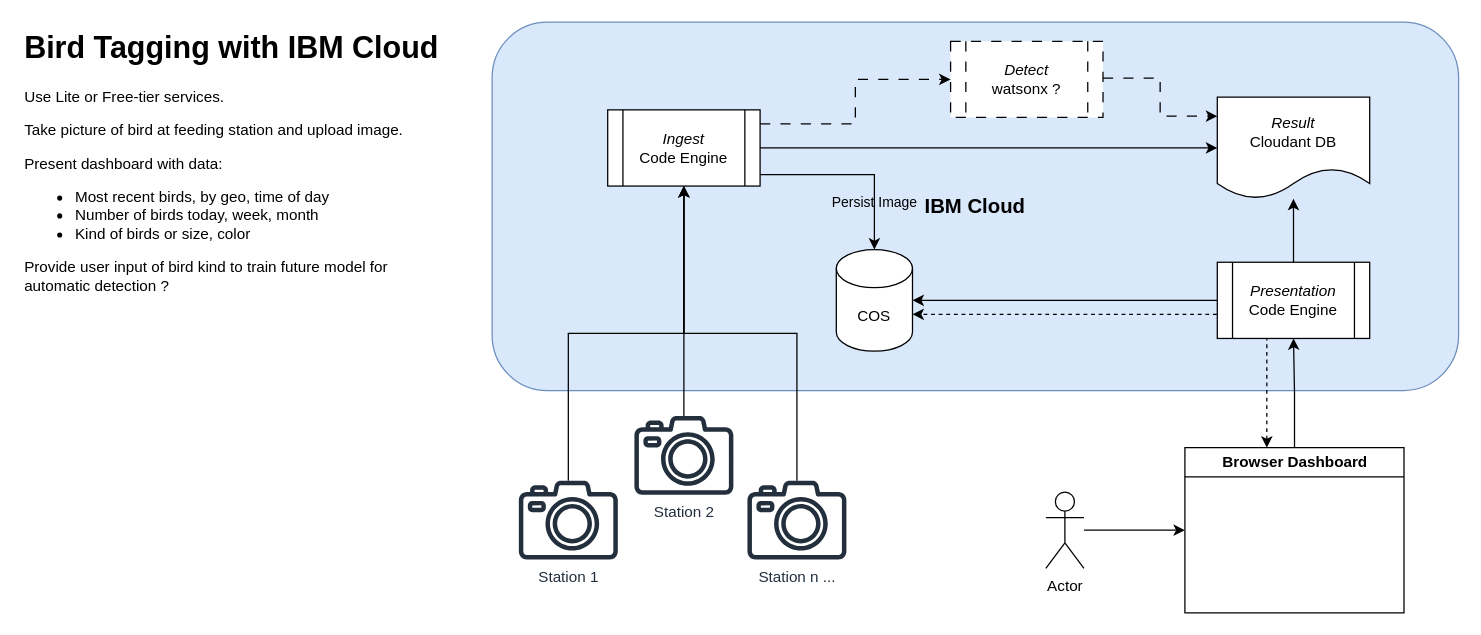
The draw.io diagram doc/architecture.drawio in mnellemann/birdtag, before the edit. Source tidied: cells renumbered, new cells numbered last; positions are measured from the earlier drawing's top-left corner, leaving out a move shared by most shapes. Both pictures are drawn from the tidied source at 127%, with x=0, y=0 at pixel (22, 22).
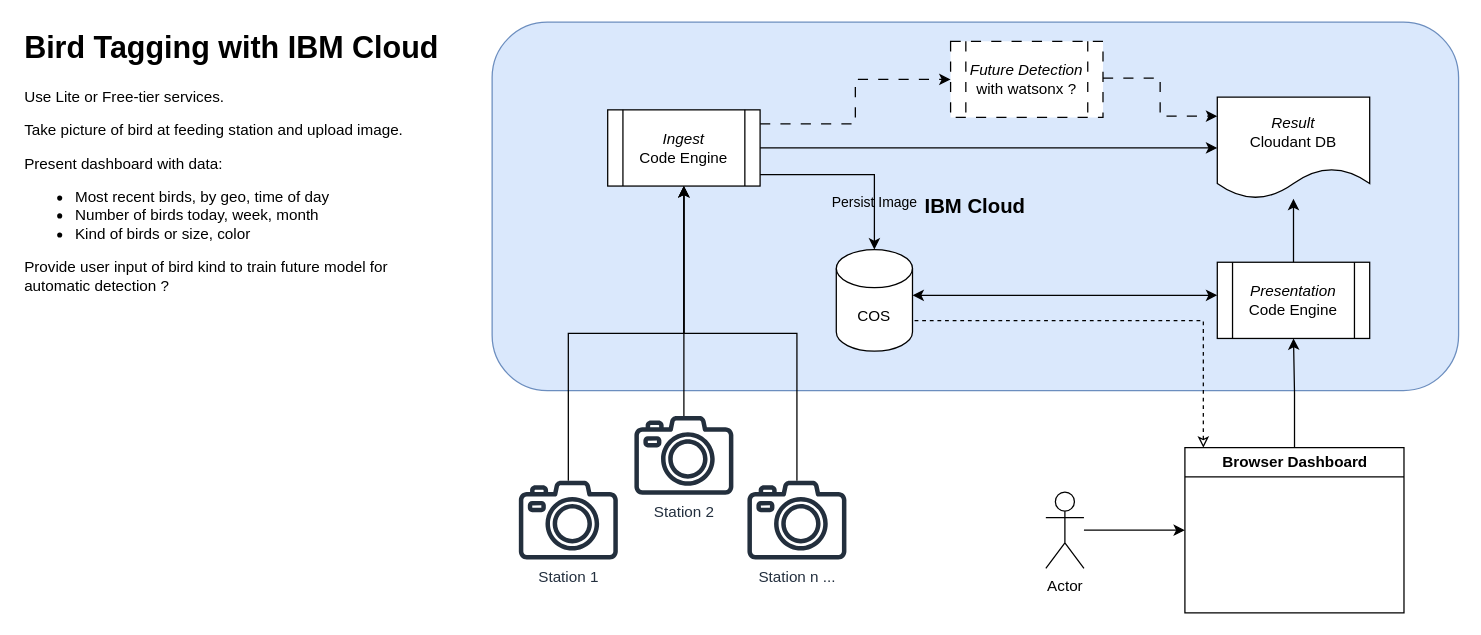
The same diagram, later.

Unchanged cells that the change refers to:
```xml
<mxCell id="7" value="COS" style="shape=cylinder3;whiteSpace=wrap;html=1;boundedLbl=1;backgroundOutline=1;size=15;" parent="1" vertex="1">
  <mxGeometry x="641" y="179" width="60" height="80" as="geometry" />
</mxCell>
<mxCell id="18" value="Browser Dashboard" style="swimlane;whiteSpace=wrap;html=1;" parent="1" vertex="1">
  <mxGeometry x="915.5" y="335" width="172.5" height="130" as="geometry" />
</mxCell>
<mxCell id="21" value="&lt;i&gt;Presentation&lt;/i&gt;&lt;div&gt;Code Engine&lt;/div&gt;" style="shape=process;whiteSpace=wrap;html=1;backgroundOutline=1;" parent="1" vertex="1">
  <mxGeometry x="941" y="189" width="120" height="60" as="geometry" />
</mxCell>
```

Change to the diagram source:
```diff
@@
-    <mxCell id="6" value="&lt;i&gt;Detect&lt;/i&gt;&lt;div&gt;watsonx ?&lt;/div&gt;" style="shape=process;whiteSpace=wrap;html=1;backgroundOutline=1;dashed=1;dashPattern=8 8;" parent="1" vertex="1">
+    <mxCell id="6" value="&lt;i&gt;Future Detection&lt;/i&gt;&lt;div&gt;with watsonx ?&lt;/div&gt;" style="shape=process;whiteSpace=wrap;html=1;backgroundOutline=1;dashed=1;dashPattern=8 8;" parent="1" vertex="1">
       <mxGeometry x="731" y="15" width="120" height="60" as="geometry" />
     </mxCell>
@@
-    <mxCell id="17" style="edgeStyle=orthogonalEdgeStyle;rounded=0;jettySize=auto;html=1;dashed=1;startArrow=classic;startFill=1;" parent="1" edge="1" source="18" target="7">
+    <mxCell id="17" style="edgeStyle=orthogonalEdgeStyle;rounded=0;jettySize=auto;html=1;dashed=1;startArrow=classic;startFill=0;endArrow=none;" parent="1" edge="1" source="18">
       <mxGeometry relative="1" as="geometry">
+        <mxPoint x="701" y="235" as="targetPoint" />
         <Array as="points">
-          <mxPoint x="980" y="230" />
-          <mxPoint x="671" y="230" />
+          <mxPoint x="930" y="235" />
         </Array>
       </mxGeometry>
     </mxCell>
@@
-    <mxCell id="20" style="edgeStyle=orthogonalEdgeStyle;rounded=0;jettySize=auto;html=1;" parent="1" edge="1" source="21" target="7">
-      <mxGeometry relative="1" as="geometry" />
+    <mxCell id="20" style="edgeStyle=orthogonalEdgeStyle;rounded=0;orthogonalLoop=1;jettySize=auto;html=1;startArrow=classic;startFill=1;" parent="1" edge="1">
+      <mxGeometry relative="1" as="geometry">
+        <mxPoint x="941" y="215" as="sourcePoint" />
+        <mxPoint x="701" y="215" as="targetPoint" />
+      </mxGeometry>
     </mxCell>
```
